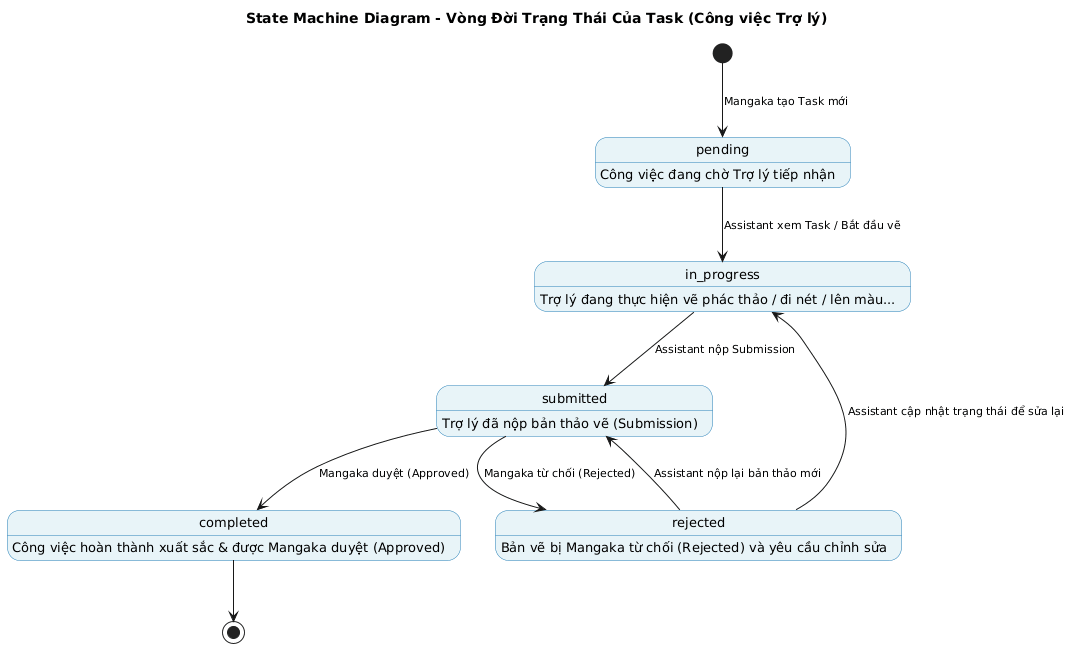
The PlantUML diagram assets/diagrams/Chapter3_IMAGE/State_Machine_Task.png in trongtan0079/manga-workflow-report, before a commit. The source it was exported from:
```plantuml
@startuml
title State Machine Diagram - Vòng Đời Trạng Thái Của Task (Công việc Trợ lý)

skinparam backgroundColor white
skinparam shadowing false
skinparam state {
    BackgroundColor #E8F4F8
    BorderColor #2980B9
    FontSize 13
}
skinparam ArrowFontSize 11

[*] --> pending : Mangaka tạo Task mới

pending : Công việc đang chờ Trợ lý tiếp nhận
in_progress : Trợ lý đang thực hiện vẽ phác thảo / đi nét / lên màu...
submitted : Trợ lý đã nộp bản thảo vẽ (Submission)
completed : Công việc hoàn thành xuất sắc & được Mangaka duyệt (Approved)
rejected : Bản vẽ bị Mangaka từ chối (Rejected) và yêu cầu chỉnh sửa

pending --> in_progress : Assistant xem Task / Bắt đầu vẽ

in_progress --> submitted : Assistant nộp Submission

submitted --> completed : Mangaka duyệt (Approved)
submitted --> rejected : Mangaka từ chối (Rejected)

rejected --> in_progress : Assistant cập nhật trạng thái để sửa lại
rejected --> submitted : Assistant nộp lại bản thảo mới

completed --> [*]
@enduml
```
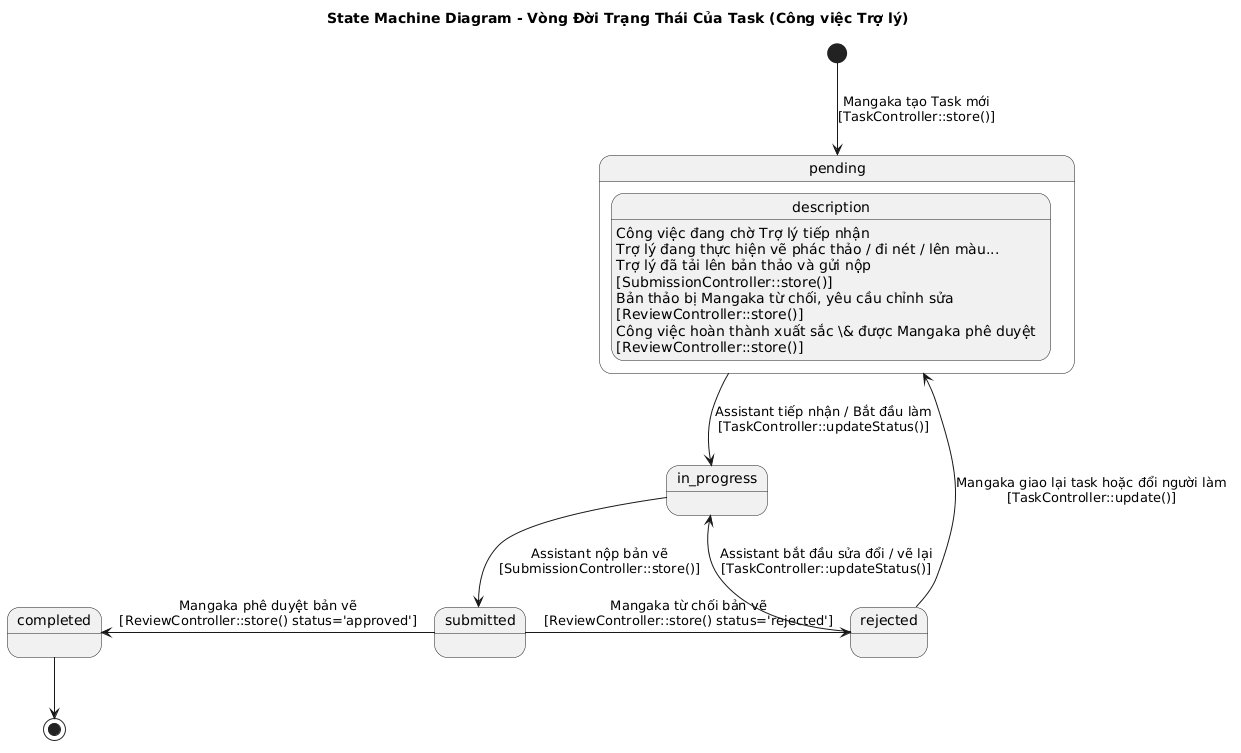
Above is the later version.

Diff of the diagram source:
```diff
@@ -3,30 +3,37 @@
 
 skinparam backgroundColor white
 skinparam shadowing false
-skinparam state {
-    BackgroundColor #E8F4F8
-    BorderColor #2980B9
-    FontSize 13
+
+[*] --> pending : Mangaka tạo Task mới\n[TaskController::store()]
+
+state pending {
+    description : Công việc đang chờ Trợ lý tiếp nhận
 }
-skinparam ArrowFontSize 11
 
-[*] --> pending : Mangaka tạo Task mới
+state in_progress {
+    description : Trợ lý đang thực hiện vẽ phác thảo / đi nét / lên màu...
+}
 
-pending : Công việc đang chờ Trợ lý tiếp nhận
-in_progress : Trợ lý đang thực hiện vẽ phác thảo / đi nét / lên màu...
-submitted : Trợ lý đã nộp bản thảo vẽ (Submission)
-completed : Công việc hoàn thành xuất sắc & được Mangaka duyệt (Approved)
-rejected : Bản vẽ bị Mangaka từ chối (Rejected) và yêu cầu chỉnh sửa
+state submitted {
+    description : Trợ lý đã tải lên bản thảo và gửi nộp\n[SubmissionController::store()]
+}
 
-pending --> in_progress : Assistant xem Task / Bắt đầu vẽ
+state rejected {
+    description : Bản thảo bị Mangaka từ chối, yêu cầu chỉnh sửa\n[ReviewController::store()]
+}
 
-in_progress --> submitted : Assistant nộp Submission
+state completed {
+    description : Công việc hoàn thành xuất sắc \& được Mangaka phê duyệt\n[ReviewController::store()]
+}
 
-submitted --> completed : Mangaka duyệt (Approved)
-submitted --> rejected : Mangaka từ chối (Rejected)
+pending -down-> in_progress : Assistant tiếp nhận / Bắt đầu làm\n[TaskController::updateStatus()]
+in_progress -down-> submitted : Assistant nộp bản vẽ\n[SubmissionController::store()]
 
-rejected --> in_progress : Assistant cập nhật trạng thái để sửa lại
-rejected --> submitted : Assistant nộp lại bản thảo mới
+submitted -left-> completed : Mangaka phê duyệt bản vẽ\n[ReviewController::store() status='approved']
+submitted -right-> rejected : Mangaka từ chối bản vẽ\n[ReviewController::store() status='rejected']
 
-completed --> [*]
+rejected -up-> in_progress : Assistant bắt đầu sửa đổi / vẽ lại\n[TaskController::updateStatus()]
+rejected -up-> pending : Mangaka giao lại task hoặc đổi người làm\n[TaskController::update()]
+
+completed -down-> [*]
 @enduml
```
